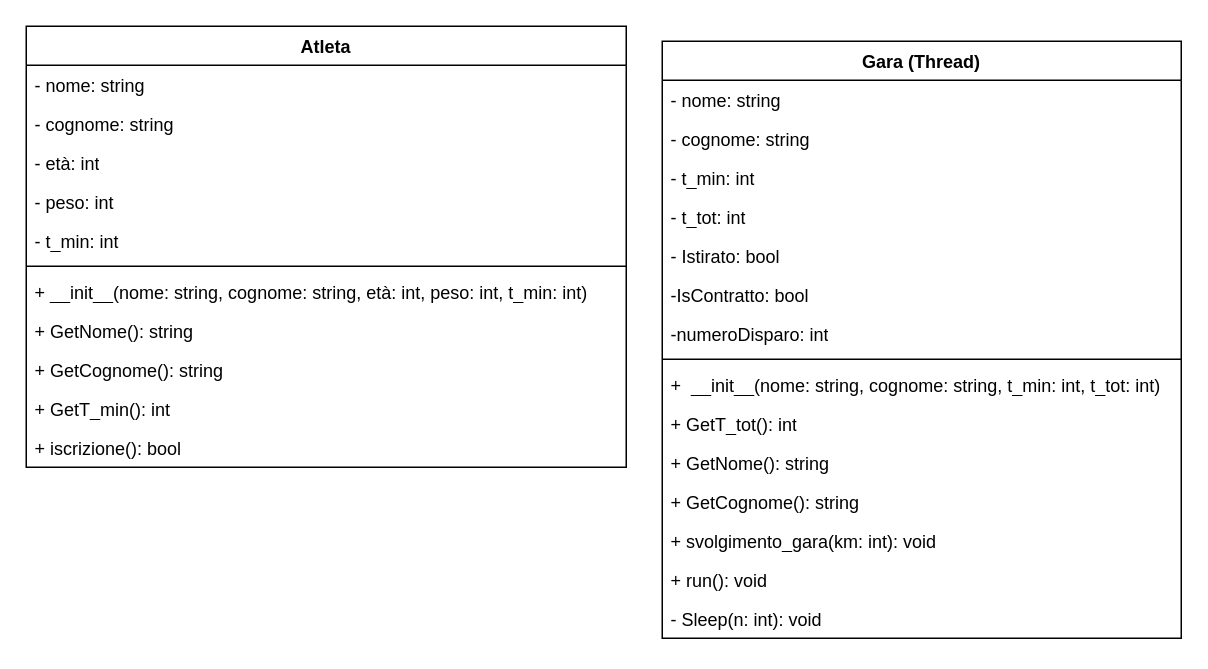
Above: File/Schema_logico_Maratona.drawio in LorenzoBastianelli/Progetto_Maratona (draw.io), before the change. Source tidied: cells renumbered, new cells numbered last; positions are measured from the earlier drawing's top-left corner, leaving out a move shared by most shapes. Both pictures are drawn from the tidied source at 150%, with x=0, y=0 at pixel (26, 26).
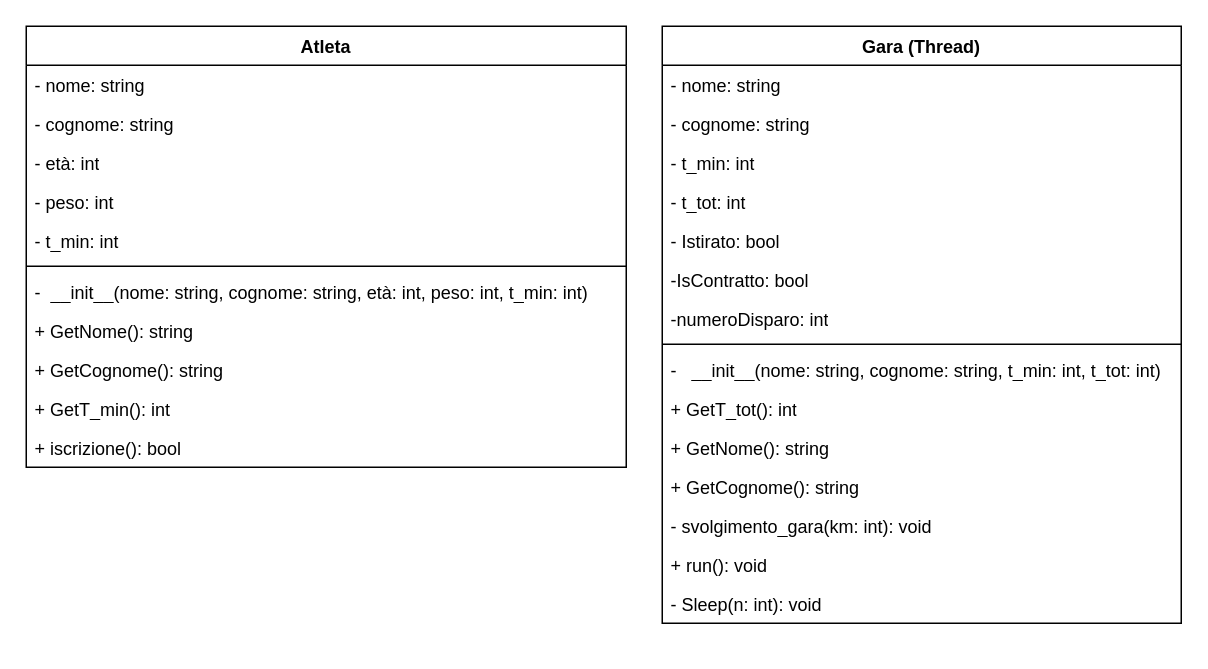
The same diagram, later.

Commit message (it also covers changes not shown here):
cosa de fare

fnire word

Unchanged cells that the change refers to:
```xml
<mxCell id="2" value="Atleta" style="swimlane;fontStyle=1;align=center;verticalAlign=top;horizontal=1;startSize=26;whiteSpace=wrap;html=1;" parent="1" vertex="1">
  <mxGeometry width="400" height="294" as="geometry" />
</mxCell>
```

What changed in the source:
```diff
@@
-    <mxCell id="9" value="+ __init__(nome: string, cognome: string, età: int, peso: int, t_min: int)&amp;nbsp;" style="text;strokeColor=none;fillColor=none;align=left;verticalAlign=top;spacingLeft=4;spacingRight=4;overflow=hidden;whiteSpace=wrap;html=1;" parent="2" vertex="1">
+    <mxCell id="9" value="-&amp;nbsp; __init__(nome: string, cognome: string, età: int, peso: int, t_min: int)&amp;nbsp;" style="text;strokeColor=none;fillColor=none;align=left;verticalAlign=top;spacingLeft=4;spacingRight=4;overflow=hidden;whiteSpace=wrap;html=1;" parent="2" vertex="1">
       <mxGeometry y="164" width="400" height="26" as="geometry" />
     </mxCell>
@@
     <mxCell id="14" value="Gara (Thread)" style="swimlane;fontStyle=1;align=center;verticalAlign=top;horizontal=1;startSize=26;whiteSpace=wrap;html=1;" parent="1" vertex="1">
-      <mxGeometry x="424" y="10" width="346" height="398" as="geometry" />
+      <mxGeometry x="424" width="346" height="398" as="geometry" />
     </mxCell>
@@
-    <mxCell id="23" value="+&amp;nbsp; __init__(nome: string, cognome: string, t_min: int, t_tot: int)" style="text;strokeColor=none;fillColor=none;align=left;verticalAlign=top;spacingLeft=4;spacingRight=4;overflow=hidden;whiteSpace=wrap;html=1;" parent="14" vertex="1">
+    <mxCell id="23" value="-&amp;nbsp; &amp;nbsp;__init__(nome: string, cognome: string, t_min: int, t_tot: int)" style="text;strokeColor=none;fillColor=none;align=left;verticalAlign=top;spacingLeft=4;spacingRight=4;overflow=hidden;whiteSpace=wrap;html=1;" parent="14" vertex="1">
       <mxGeometry y="216" width="346" height="26" as="geometry" />
     </mxCell>
@@
-    <mxCell id="27" value="+ svolgimento_gara(km: int): void" style="text;strokeColor=none;fillColor=none;align=left;verticalAlign=top;spacingLeft=4;spacingRight=4;overflow=hidden;whiteSpace=wrap;html=1;" parent="14" vertex="1">
+    <mxCell id="27" value="- svolgimento_gara(km: int): void" style="text;strokeColor=none;fillColor=none;align=left;verticalAlign=top;spacingLeft=4;spacingRight=4;overflow=hidden;whiteSpace=wrap;html=1;" parent="14" vertex="1">
       <mxGeometry y="320" width="346" height="26" as="geometry" />
     </mxCell>
```
